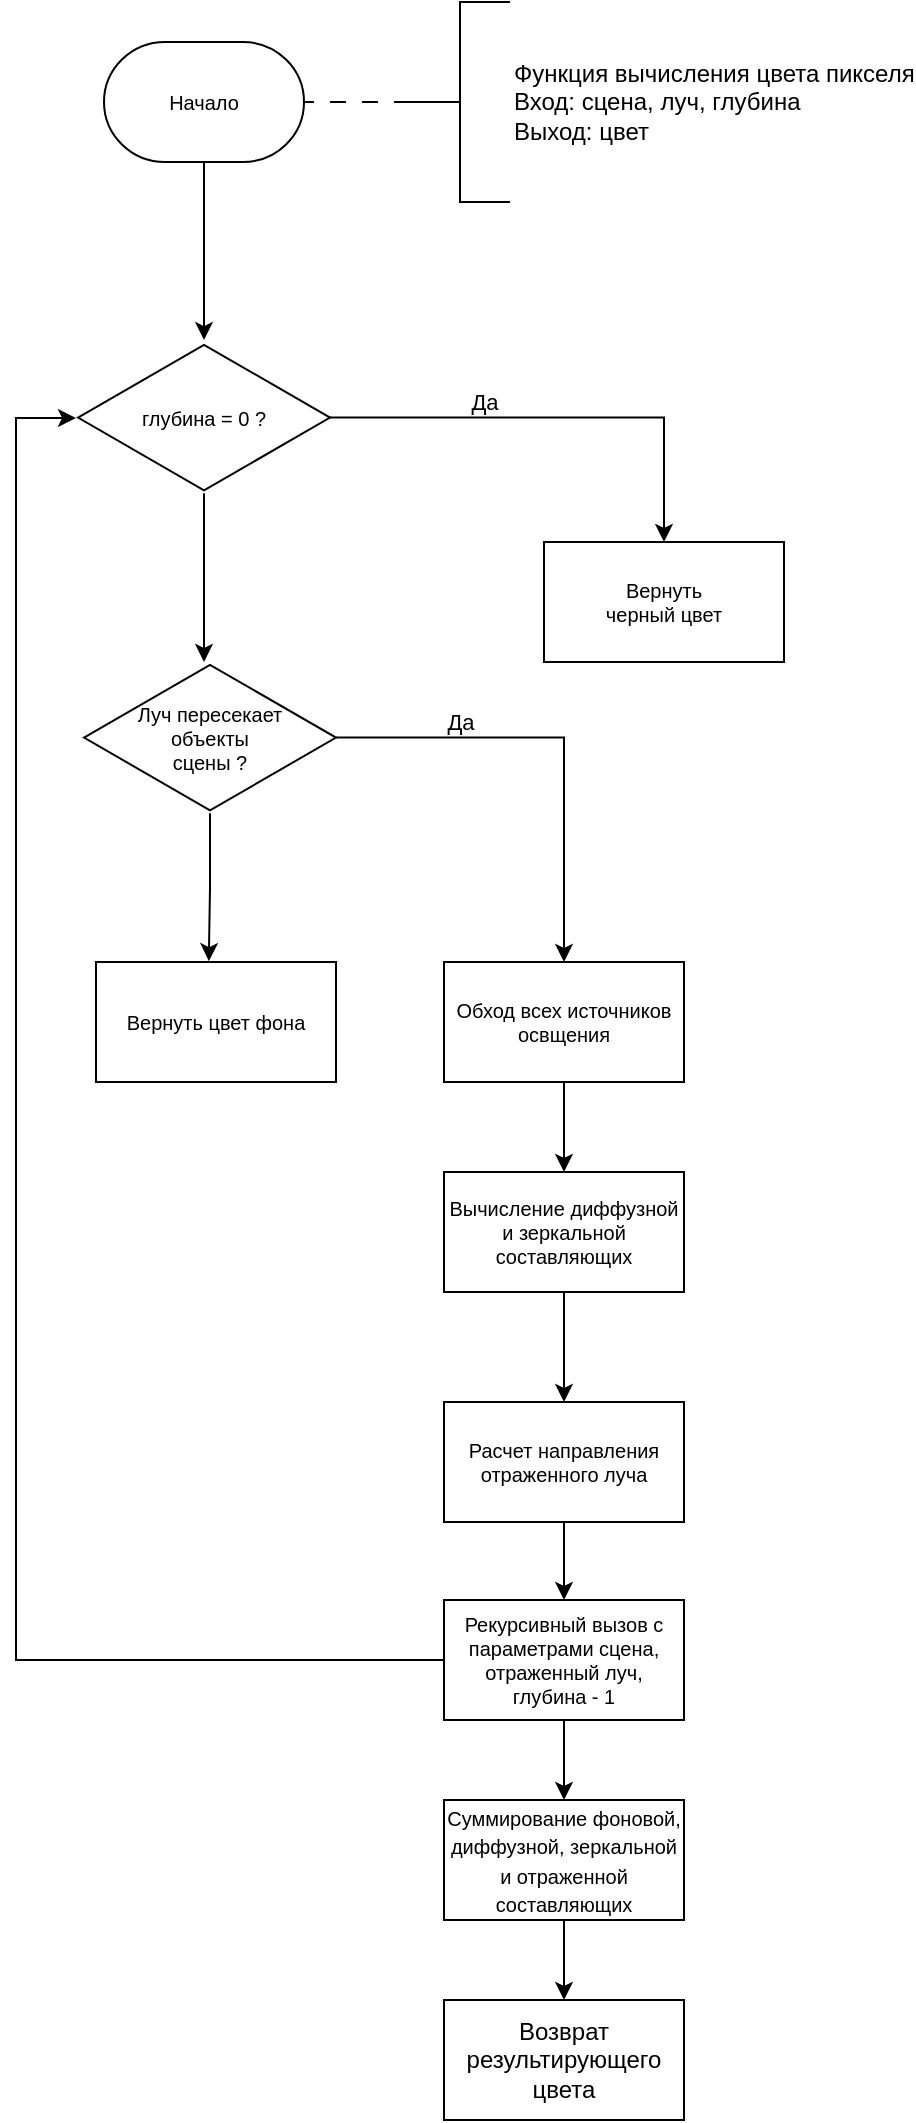
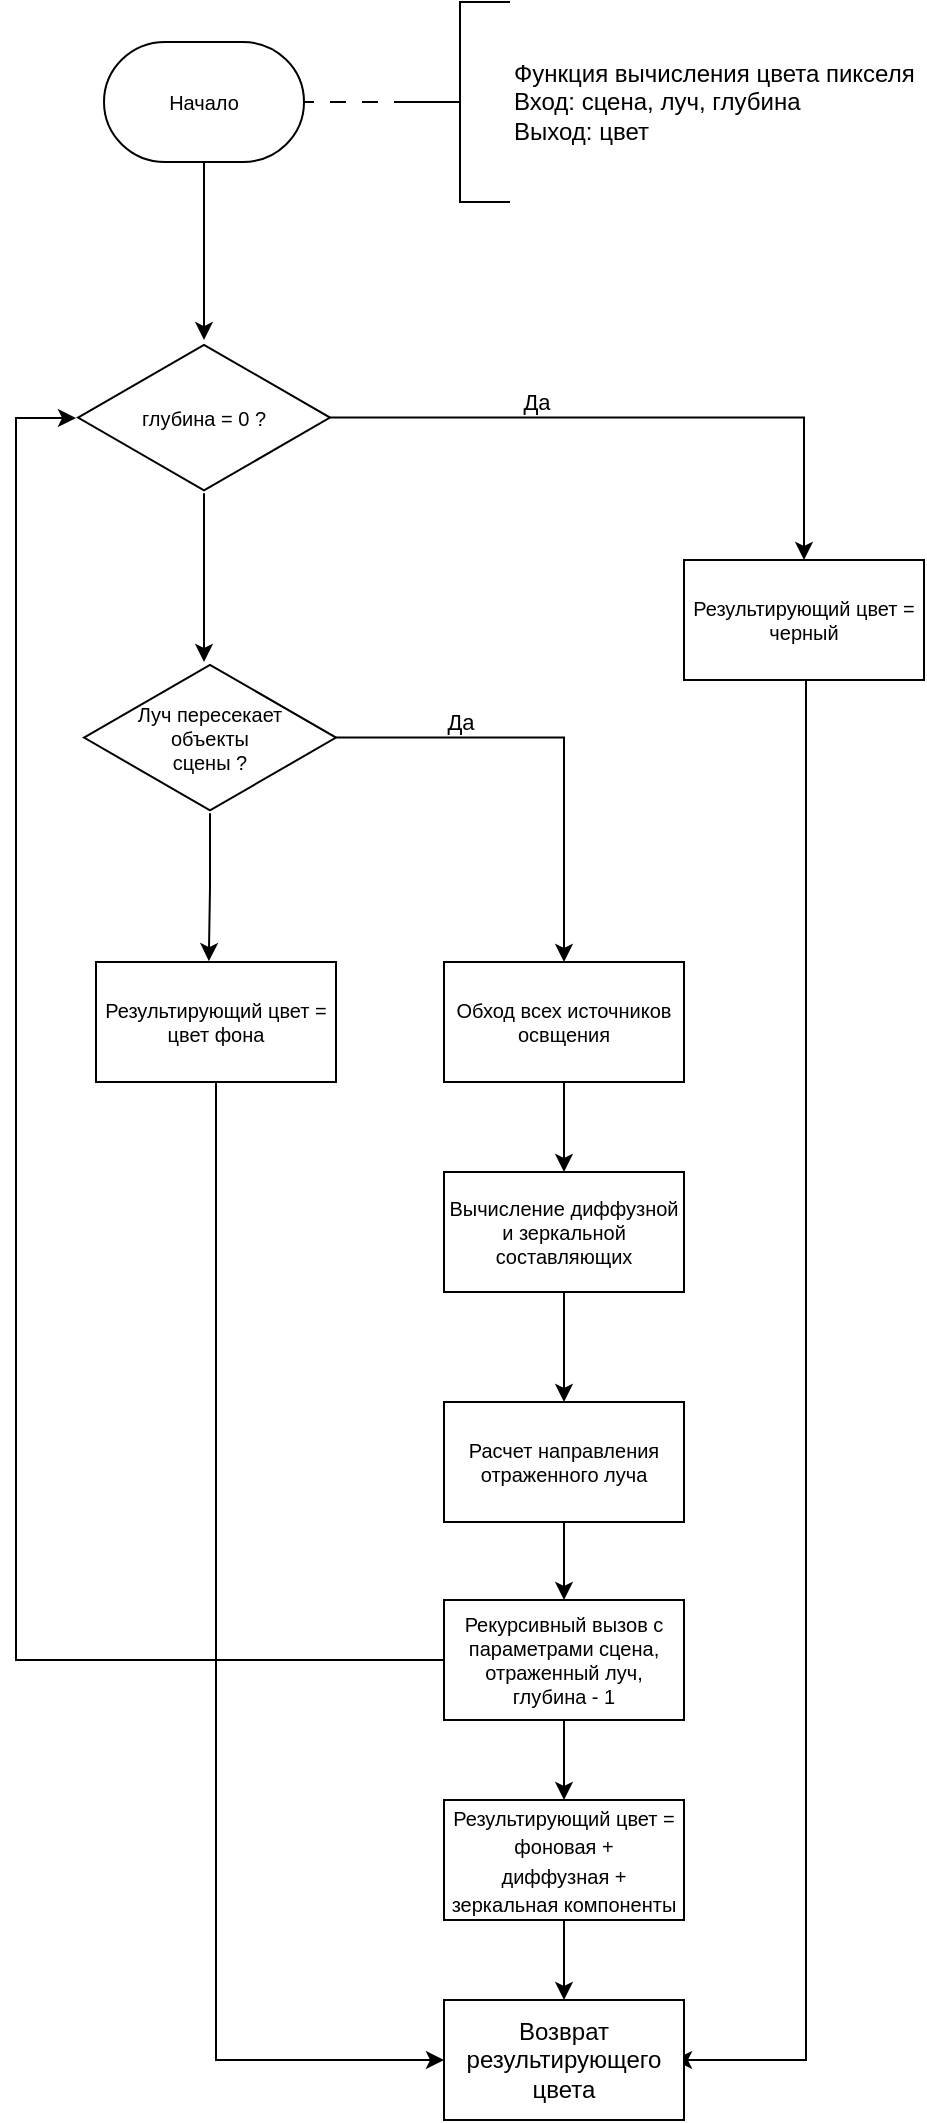
<mxfile host="Electron" agent="Mozilla/5.0 (Windows NT 10.0; Win64; x64) AppleWebKit/537.36 (KHTML, like Gecko) draw.io/26.0.9 Chrome/128.0.6613.186 Electron/32.2.5 Safari/537.36" version="26.0.9">
  <diagram name="Страница — 1" id="JgPFXq7IQemjubNMsndn">
-     <mxGraphModel dx="1434" dy="836" grid="1" gridSize="10" guides="1" tooltips="1" connect="1" arrows="1" fold="1" page="1" pageScale="1" pageWidth="827" pageHeight="1169" math="0" shadow="0">
+     <mxGraphModel dx="1687" dy="984" grid="1" gridSize="10" guides="1" tooltips="1" connect="1" arrows="1" fold="1" page="1" pageScale="1" pageWidth="827" pageHeight="1169" math="0" shadow="0">
      <root>
        <mxCell id="0" />
        <mxCell id="1" parent="0" />
-         <mxCell id="PTgwIgAsGBQvlemEZ9Fp-4" value="Вернуть цвет фона" style="whiteSpace=wrap;html=1;rounded=0;fontSize=10;" parent="1" vertex="1">
+         <mxCell id="5NBw73Jhj3xr7V2QmZJ9-1" style="edgeStyle=orthogonalEdgeStyle;rounded=0;orthogonalLoop=1;jettySize=auto;html=1;exitX=0.5;exitY=1;exitDx=0;exitDy=0;entryX=0;entryY=0.5;entryDx=0;entryDy=0;" edge="1" parent="1" source="PTgwIgAsGBQvlemEZ9Fp-4" target="PTgwIgAsGBQvlemEZ9Fp-44">
+           <mxGeometry relative="1" as="geometry" />
+         </mxCell>
+         <mxCell id="PTgwIgAsGBQvlemEZ9Fp-4" value="Результирующий цвет = цвет фона" style="whiteSpace=wrap;html=1;rounded=0;fontSize=10;" parent="1" vertex="1">
          <mxGeometry x="250" y="501" width="120" height="60" as="geometry" />
        </mxCell>
        <mxCell id="PTgwIgAsGBQvlemEZ9Fp-18" value="" style="edgeStyle=orthogonalEdgeStyle;rounded=0;orthogonalLoop=1;jettySize=auto;html=1;" parent="1" source="PTgwIgAsGBQvlemEZ9Fp-6" target="PTgwIgAsGBQvlemEZ9Fp-17" edge="1">
          <mxGeometry relative="1" as="geometry" />
        </mxCell>
        <mxCell id="PTgwIgAsGBQvlemEZ9Fp-6" value="Обход всех источников освщения" style="whiteSpace=wrap;html=1;rounded=0;fontSize=10;" parent="1" vertex="1">
          <mxGeometry x="424" y="501" width="120" height="60" as="geometry" />
        </mxCell>
        <mxCell id="PTgwIgAsGBQvlemEZ9Fp-20" value="" style="edgeStyle=orthogonalEdgeStyle;rounded=0;orthogonalLoop=1;jettySize=auto;html=1;" parent="1" source="PTgwIgAsGBQvlemEZ9Fp-17" target="PTgwIgAsGBQvlemEZ9Fp-19" edge="1">
          <mxGeometry relative="1" as="geometry" />
        </mxCell>
        <mxCell id="PTgwIgAsGBQvlemEZ9Fp-17" value="Вычисление диффузной и зеркальной составляющих" style="whiteSpace=wrap;html=1;rounded=0;fontSize=10;" parent="1" vertex="1">
          <mxGeometry x="424" y="606" width="120" height="60" as="geometry" />
        </mxCell>
        <mxCell id="PTgwIgAsGBQvlemEZ9Fp-40" value="" style="edgeStyle=orthogonalEdgeStyle;rounded=0;orthogonalLoop=1;jettySize=auto;html=1;" parent="1" source="PTgwIgAsGBQvlemEZ9Fp-19" target="PTgwIgAsGBQvlemEZ9Fp-39" edge="1">
          <mxGeometry relative="1" as="geometry" />
        </mxCell>
        <mxCell id="PTgwIgAsGBQvlemEZ9Fp-19" value="Расчет направления отраженного луча" style="whiteSpace=wrap;html=1;rounded=0;fontSize=10;" parent="1" vertex="1">
          <mxGeometry x="424" y="721" width="120" height="60" as="geometry" />
        </mxCell>
        <mxCell id="PTgwIgAsGBQvlemEZ9Fp-23" value="Начало" style="strokeWidth=1;html=1;shape=mxgraph.flowchart.terminator;whiteSpace=wrap;fontSize=10;" parent="1" vertex="1">
          <mxGeometry x="254" y="41" width="100" height="60" as="geometry" />
        </mxCell>
        <mxCell id="PTgwIgAsGBQvlemEZ9Fp-25" value="" style="edgeStyle=orthogonalEdgeStyle;rounded=0;orthogonalLoop=1;jettySize=auto;html=1;endArrow=none;startFill=0;dashed=1;dashPattern=8 8;" parent="1" source="PTgwIgAsGBQvlemEZ9Fp-24" target="PTgwIgAsGBQvlemEZ9Fp-23" edge="1">
          <mxGeometry relative="1" as="geometry" />
        </mxCell>
        <mxCell id="PTgwIgAsGBQvlemEZ9Fp-24" value="Функция вычисления цвета пикселя&lt;div&gt;Вход: сцена, луч, глубина&lt;/div&gt;&lt;div&gt;Выход: цвет&lt;/div&gt;" style="strokeWidth=1;html=1;shape=mxgraph.flowchart.annotation_2;align=left;labelPosition=right;pointerEvents=1;" parent="1" vertex="1">
          <mxGeometry x="407" y="21" width="50" height="100" as="geometry" />
        </mxCell>
        <mxCell id="PTgwIgAsGBQvlemEZ9Fp-29" style="edgeStyle=orthogonalEdgeStyle;rounded=0;orthogonalLoop=1;jettySize=auto;html=1;entryX=0.5;entryY=0;entryDx=0;entryDy=0;" parent="1" source="PTgwIgAsGBQvlemEZ9Fp-28" target="PTgwIgAsGBQvlemEZ9Fp-6" edge="1">
          <mxGeometry relative="1" as="geometry" />
        </mxCell>
        <mxCell id="PTgwIgAsGBQvlemEZ9Fp-38" value="Да" style="edgeLabel;html=1;align=center;verticalAlign=middle;resizable=0;points=[];" parent="PTgwIgAsGBQvlemEZ9Fp-29" vertex="1" connectable="0">
          <mxGeometry x="-0.5113" y="3" relative="1" as="geometry">
            <mxPoint x="6" y="-5" as="offset" />
          </mxGeometry>
        </mxCell>
        <mxCell id="PTgwIgAsGBQvlemEZ9Fp-28" value="&lt;font&gt;Луч пересекает&lt;/font&gt;&lt;div&gt;&lt;font&gt;объекты&lt;/font&gt;&lt;/div&gt;&lt;div&gt;&lt;font&gt;сцены ?&lt;/font&gt;&lt;/div&gt;" style="html=1;whiteSpace=wrap;aspect=fixed;shape=isoRectangle;fontSize=10;" parent="1" vertex="1">
          <mxGeometry x="244" y="351" width="126" height="75.6" as="geometry" />
        </mxCell>
        <mxCell id="PTgwIgAsGBQvlemEZ9Fp-30" style="edgeStyle=orthogonalEdgeStyle;rounded=0;orthogonalLoop=1;jettySize=auto;html=1;entryX=0.47;entryY=-0.007;entryDx=0;entryDy=0;entryPerimeter=0;" parent="1" source="PTgwIgAsGBQvlemEZ9Fp-28" target="PTgwIgAsGBQvlemEZ9Fp-4" edge="1">
          <mxGeometry relative="1" as="geometry" />
        </mxCell>
        <mxCell id="PTgwIgAsGBQvlemEZ9Fp-35" value="" style="edgeStyle=orthogonalEdgeStyle;rounded=0;orthogonalLoop=1;jettySize=auto;html=1;" parent="1" source="PTgwIgAsGBQvlemEZ9Fp-33" target="PTgwIgAsGBQvlemEZ9Fp-34" edge="1">
          <mxGeometry relative="1" as="geometry" />
        </mxCell>
        <mxCell id="PTgwIgAsGBQvlemEZ9Fp-36" value="Да" style="edgeLabel;html=1;align=center;verticalAlign=middle;resizable=0;points=[];" parent="PTgwIgAsGBQvlemEZ9Fp-35" vertex="1" connectable="0">
          <mxGeometry x="-0.3322" y="-4" relative="1" as="geometry">
            <mxPoint y="-12" as="offset" />
          </mxGeometry>
        </mxCell>
        <mxCell id="PTgwIgAsGBQvlemEZ9Fp-37" value="" style="edgeStyle=orthogonalEdgeStyle;rounded=0;orthogonalLoop=1;jettySize=auto;html=1;" parent="1" source="PTgwIgAsGBQvlemEZ9Fp-33" target="PTgwIgAsGBQvlemEZ9Fp-28" edge="1">
          <mxGeometry relative="1" as="geometry">
            <Array as="points">
              <mxPoint x="304" y="321" />
              <mxPoint x="304" y="321" />
            </Array>
          </mxGeometry>
        </mxCell>
        <mxCell id="PTgwIgAsGBQvlemEZ9Fp-33" value="глубина = 0 ?" style="html=1;whiteSpace=wrap;aspect=fixed;shape=isoRectangle;fontSize=10;" parent="1" vertex="1">
          <mxGeometry x="241" y="191" width="126" height="75.6" as="geometry" />
        </mxCell>
-         <mxCell id="PTgwIgAsGBQvlemEZ9Fp-34" value="Вернуть&lt;div&gt;черный цвет&lt;/div&gt;" style="whiteSpace=wrap;html=1;fontSize=10;" parent="1" vertex="1">
-           <mxGeometry x="474" y="291" width="120" height="60" as="geometry" />
+         <mxCell id="5NBw73Jhj3xr7V2QmZJ9-2" style="edgeStyle=orthogonalEdgeStyle;rounded=0;orthogonalLoop=1;jettySize=auto;html=1;entryX=1;entryY=0.5;entryDx=0;entryDy=0;" edge="1" parent="1">
+           <mxGeometry relative="1" as="geometry">
+             <mxPoint x="539" y="1050" as="targetPoint" />
+             <mxPoint x="605" y="360" as="sourcePoint" />
+             <Array as="points">
+               <mxPoint x="605" y="1050" />
+             </Array>
+           </mxGeometry>
+         </mxCell>
+         <mxCell id="PTgwIgAsGBQvlemEZ9Fp-34" value="Результирующий цвет = черный" style="whiteSpace=wrap;html=1;fontSize=10;" parent="1" vertex="1">
+           <mxGeometry x="544" y="300" width="120" height="60" as="geometry" />
        </mxCell>
        <mxCell id="PTgwIgAsGBQvlemEZ9Fp-43" value="" style="edgeStyle=orthogonalEdgeStyle;rounded=0;orthogonalLoop=1;jettySize=auto;html=1;" parent="1" source="PTgwIgAsGBQvlemEZ9Fp-39" target="PTgwIgAsGBQvlemEZ9Fp-42" edge="1">
          <mxGeometry relative="1" as="geometry" />
        </mxCell>
        <mxCell id="PTgwIgAsGBQvlemEZ9Fp-39" value="Рекурсивный вызов с параметрами сцена, отраженный луч, глубина - 1" style="whiteSpace=wrap;html=1;rounded=0;fontSize=10;" parent="1" vertex="1">
          <mxGeometry x="424" y="820" width="120" height="60" as="geometry" />
        </mxCell>
        <mxCell id="PTgwIgAsGBQvlemEZ9Fp-46" style="edgeStyle=orthogonalEdgeStyle;rounded=0;orthogonalLoop=1;jettySize=auto;html=1;exitX=0.5;exitY=1;exitDx=0;exitDy=0;entryX=0.5;entryY=0;entryDx=0;entryDy=0;" parent="1" source="PTgwIgAsGBQvlemEZ9Fp-42" target="PTgwIgAsGBQvlemEZ9Fp-44" edge="1">
          <mxGeometry relative="1" as="geometry" />
        </mxCell>
-         <mxCell id="PTgwIgAsGBQvlemEZ9Fp-42" value="&lt;font style=&quot;font-size: 10px;&quot;&gt;Суммирование фоновой, диффузной, зеркальной и отраженной составляющих&lt;/font&gt;" style="whiteSpace=wrap;html=1;rounded=0;" parent="1" vertex="1">
+         <mxCell id="PTgwIgAsGBQvlemEZ9Fp-42" value="&lt;font style=&quot;font-size: 10px;&quot;&gt;Результирующий цвет = фоновая +&lt;/font&gt;&lt;div&gt;&lt;font style=&quot;font-size: 10px;&quot;&gt;диффузная + зеркальная компоненты&lt;/font&gt;&lt;/div&gt;" style="whiteSpace=wrap;html=1;rounded=0;" parent="1" vertex="1">
          <mxGeometry x="424" y="920" width="120" height="60" as="geometry" />
        </mxCell>
        <mxCell id="PTgwIgAsGBQvlemEZ9Fp-44" value="Возврат результирующего цвета" style="whiteSpace=wrap;html=1;rounded=0;" parent="1" vertex="1">
          <mxGeometry x="424" y="1020" width="120" height="60" as="geometry" />
        </mxCell>
        <mxCell id="PTgwIgAsGBQvlemEZ9Fp-47" style="edgeStyle=orthogonalEdgeStyle;rounded=0;orthogonalLoop=1;jettySize=auto;html=1;entryX=0.5;entryY=-0.013;entryDx=0;entryDy=0;entryPerimeter=0;" parent="1" source="PTgwIgAsGBQvlemEZ9Fp-23" target="PTgwIgAsGBQvlemEZ9Fp-33" edge="1">
          <mxGeometry relative="1" as="geometry" />
        </mxCell>
        <mxCell id="_MBhO8ekqR_m6X86OL6a-1" style="edgeStyle=orthogonalEdgeStyle;rounded=0;orthogonalLoop=1;jettySize=auto;html=1;exitX=0;exitY=0.5;exitDx=0;exitDy=0;entryX=-0.008;entryY=0.503;entryDx=0;entryDy=0;entryPerimeter=0;" parent="1" source="PTgwIgAsGBQvlemEZ9Fp-39" target="PTgwIgAsGBQvlemEZ9Fp-33" edge="1">
          <mxGeometry relative="1" as="geometry">
            <Array as="points">
              <mxPoint x="210" y="850" />
              <mxPoint x="210" y="229" />
            </Array>
          </mxGeometry>
        </mxCell>
      </root>
    </mxGraphModel>
  </diagram>
</mxfile>
